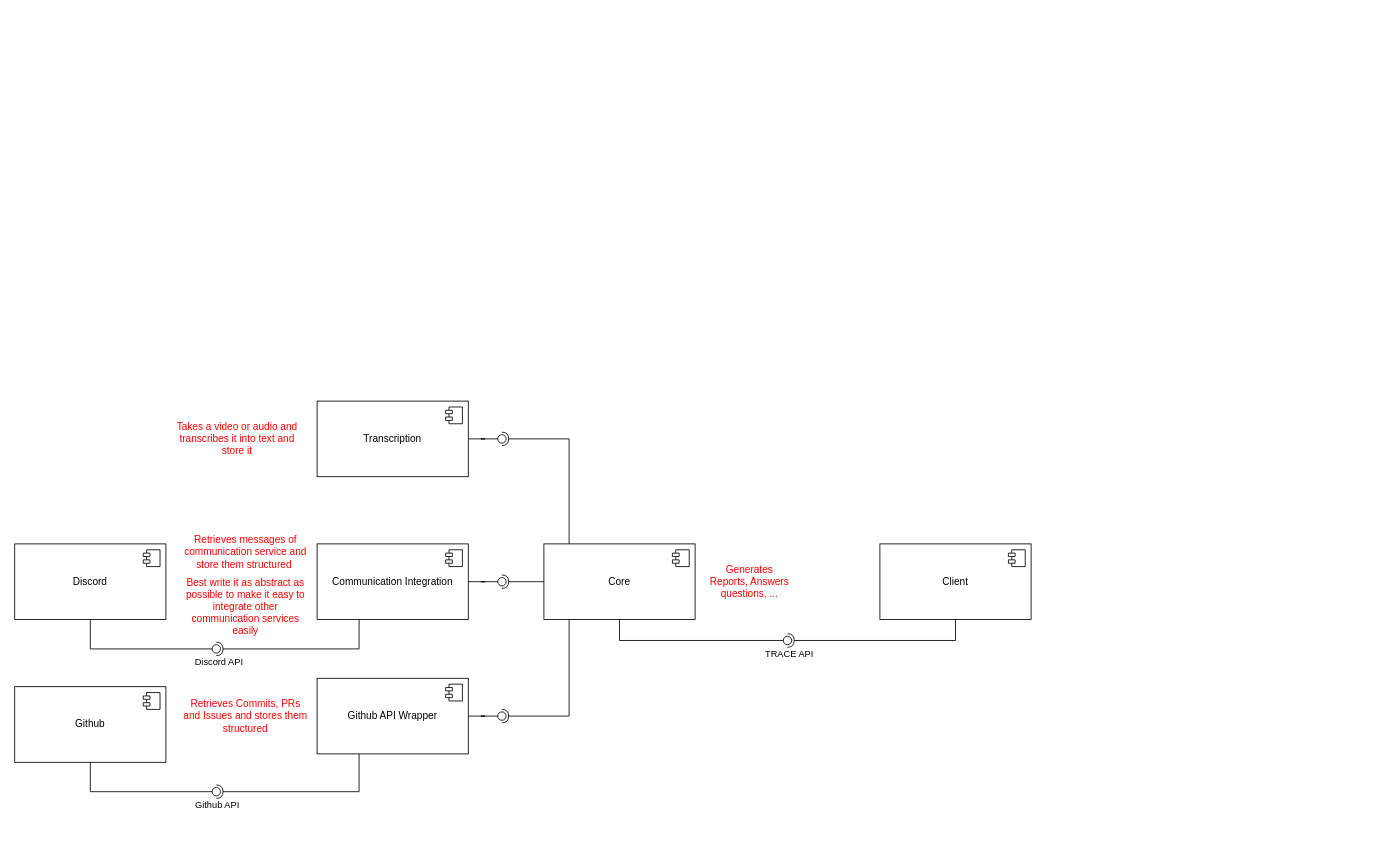
AET-DevOps25/team-scrumbags keeps this draw.io diagram as docs/subsystem.drawio. Above is the earlier version. Source tidied: cells renumbered, new cells numbered last; positions are measured from the earlier drawing's top-left corner, leaving out a move shared by most shapes. Both pictures are drawn from the tidied source at 84%, with x=0, y=0 at pixel (14, 401).
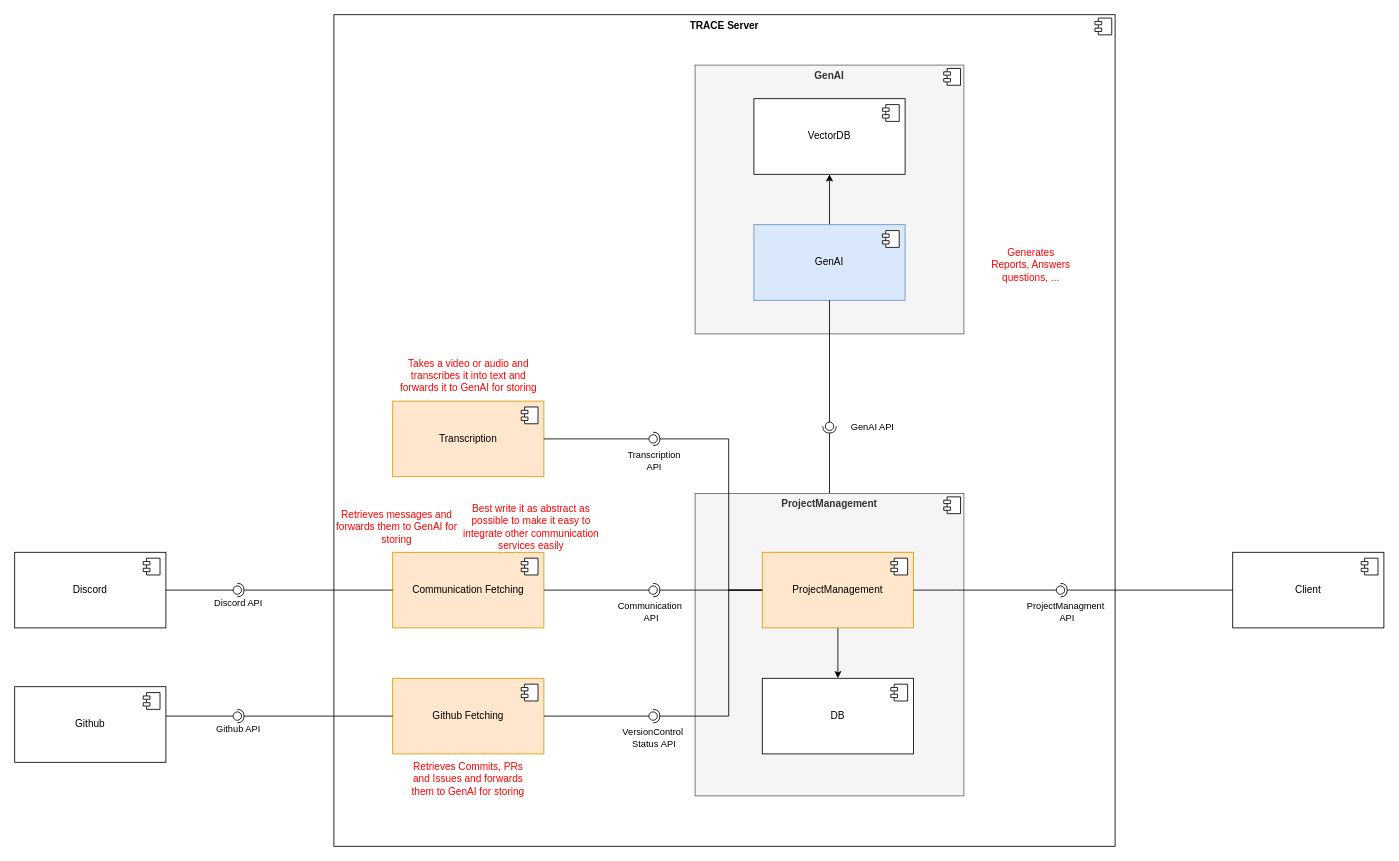
The same diagram, later.

Commit message (it also covers changes not shown here):
create subsystem decomposition

The change refers to these unchanged cells:
```xml
<mxCell id="11" style="rounded=0;jettySize=auto;html=1;endArrow=oval;endFill=0;sketch=0;sourcePerimeterSpacing=0;targetPerimeterSpacing=0;endSize=10;edgeStyle=orthogonalEdgeStyle;" parent="1" edge="1" source="8" target="12">
  <mxGeometry relative="1" as="geometry" />
</mxCell>
<mxCell id="18" style="rounded=0;jettySize=auto;html=1;endArrow=oval;endFill=0;sketch=0;sourcePerimeterSpacing=0;targetPerimeterSpacing=0;endSize=10;edgeStyle=orthogonalEdgeStyle;" parent="1" edge="1" source="2" target="19">
  <mxGeometry relative="1" as="geometry" />
</mxCell>
<mxCell id="21" style="rounded=0;jettySize=auto;html=1;endArrow=oval;endFill=0;sketch=0;sourcePerimeterSpacing=0;targetPerimeterSpacing=0;endSize=10;edgeStyle=orthogonalEdgeStyle;" parent="1" edge="1" source="4" target="22">
  <mxGeometry relative="1" as="geometry" />
</mxCell>
<mxCell id="24" value="Github" style="html=1;whiteSpace=wrap;" parent="1" vertex="1">
  <mxGeometry y="340" width="180" height="90" as="geometry" />
</mxCell>
```

The edit, as a diff of the source:
```diff
@@
+    <mxCell id="42" value="&lt;p style=&quot;margin:0px;margin-top:6px;text-align:center;&quot;&gt;&lt;b&gt;TRACE Server&lt;/b&gt;&lt;/p&gt;" style="align=left;overflow=fill;html=1;whiteSpace=wrap;" parent="1" vertex="1">
+      <mxGeometry x="380" y="-460" width="930" height="990" as="geometry" />
+    </mxCell>
+    <mxCell id="43" style="shape=component;jettyWidth=8;jettyHeight=4;" parent="42" vertex="1">
+      <mxGeometry x="1" width="20" height="20" relative="1" as="geometry">
+        <mxPoint x="-24" y="4" as="offset" />
+      </mxGeometry>
+    </mxCell>
-    <mxCell id="2" value="Transcription" style="html=1;whiteSpace=wrap;" parent="1" vertex="1">
-      <mxGeometry x="360" width="180" height="90" as="geometry" />
+    <mxCell id="2" value="Transcription" style="html=1;whiteSpace=wrap;fillColor=#ffe6cc;strokeColor=#d79b00;" parent="1" vertex="1">
+      <mxGeometry x="450" width="180" height="90" as="geometry" />
     </mxCell>
@@
-    <mxCell id="4" value="Github API Wrapper" style="html=1;whiteSpace=wrap;" parent="1" vertex="1">
-      <mxGeometry x="360" y="330" width="180" height="90" as="geometry" />
+    <mxCell id="4" value="Github Fetching" style="html=1;whiteSpace=wrap;fillColor=#ffe6cc;strokeColor=#d79b00;" parent="1" vertex="1">
+      <mxGeometry x="450" y="330" width="180" height="90" as="geometry" />
     </mxCell>
@@
-    <mxCell id="6" value="Core" style="html=1;whiteSpace=wrap;" parent="1" vertex="1">
-      <mxGeometry x="630" y="170" width="180" height="90" as="geometry" />
-    </mxCell>
-    <mxCell id="7" style="shape=module;jettyWidth=8;jettyHeight=4;" parent="6" vertex="1">
-      <mxGeometry x="1" width="20" height="20" relative="1" as="geometry">
-        <mxPoint x="-27" y="7" as="offset" />
-      </mxGeometry>
-    </mxCell>
-    <mxCell id="8" value="Communication Integration" style="html=1;whiteSpace=wrap;" parent="1" vertex="1">
-      <mxGeometry x="360" y="170" width="180" height="90" as="geometry" />
+    <mxCell id="8" value="Communication Fetching" style="html=1;whiteSpace=wrap;fillColor=#ffe6cc;strokeColor=#d79b00;" parent="1" vertex="1">
+      <mxGeometry x="450" y="180" width="180" height="90" as="geometry" />
     </mxCell>
@@
-    <mxCell id="10" style="rounded=0;jettySize=auto;html=1;endArrow=halfCircle;endFill=0;endSize=6;strokeWidth=1;sketch=0;edgeStyle=orthogonalEdgeStyle;" parent="1" edge="1" source="6" target="12">
-      <mxGeometry relative="1" as="geometry" />
-    </mxCell>
@@
+    <mxCell id="44" value="Communication&lt;div&gt;&amp;nbsp;API&lt;/div&gt;" style="edgeLabel;html=1;align=center;verticalAlign=middle;" parent="11" vertex="1">
+      <mxGeometry x="0.58" y="1" relative="1" as="geometry">
+        <mxPoint x="22" y="26" as="offset" />
+      </mxGeometry>
+    </mxCell>
     <mxCell id="12" style="ellipse;whiteSpace=wrap;html=1;align=center;fillColor=none;strokeColor=none;perimeter=centerPerimeter;points=[];outlineConnect=1;" parent="1" vertex="1">
-      <mxGeometry x="575" y="210" width="10" height="10" as="geometry" />
+      <mxGeometry x="755" y="220" width="10" height="10" as="geometry" />
     </mxCell>
     <mxCell id="13" value="&lt;font style=&quot;color: rgb(255, 0, 0);&quot;&gt;Generates Reports, Answers questions, ...&lt;/font&gt;" style="text;html=1;align=center;verticalAlign=middle;whiteSpace=wrap;rounded=0;" parent="1" vertex="1">
-      <mxGeometry x="825" y="187.5" width="100" height="55" as="geometry" />
+      <mxGeometry x="1160" y="-190" width="100" height="55" as="geometry" />
     </mxCell>
-    <mxCell id="14" value="&lt;font style=&quot;color: rgb(255, 0, 0);&quot;&gt;Retrieves messages of communication service and store them structured&amp;nbsp;&lt;/font&gt;" style="text;html=1;align=center;verticalAlign=middle;whiteSpace=wrap;rounded=0;" parent="1" vertex="1">
-      <mxGeometry x="200" y="160" width="150" height="40" as="geometry" />
-    </mxCell>
     <mxCell id="15" value="&lt;font style=&quot;color: rgb(255, 0, 0);&quot;&gt;Best write it as abstract as possible to make it easy to integrate other communication services easily&lt;/font&gt;" style="text;html=1;align=center;verticalAlign=middle;whiteSpace=wrap;rounded=0;" parent="1" vertex="1">
-      <mxGeometry x="200" y="210" width="150" height="70" as="geometry" />
+      <mxGeometry x="530" y="115" width="170" height="70" as="geometry" />
     </mxCell>
-    <mxCell id="16" value="&lt;font color=&quot;#ff0000&quot;&gt;Takes a video or audio and transcribes it into text and store it&lt;/font&gt;" style="text;html=1;align=center;verticalAlign=middle;whiteSpace=wrap;rounded=0;" parent="1" vertex="1">
-      <mxGeometry x="190" y="25" width="150" height="40" as="geometry" />
+    <mxCell id="16" value="&lt;font color=&quot;#ff0000&quot;&gt;Takes a video or audio and transcribes it into text and forwards it to GenAI for storing&lt;/font&gt;" style="text;html=1;align=center;verticalAlign=middle;whiteSpace=wrap;rounded=0;" parent="1" vertex="1">
+      <mxGeometry x="457.5" y="-50" width="165" height="40" as="geometry" />
     </mxCell>
-    <mxCell id="17" style="rounded=0;jettySize=auto;html=1;endArrow=halfCircle;endFill=0;endSize=6;strokeWidth=1;sketch=0;edgeStyle=orthogonalEdgeStyle;" parent="1" edge="1" source="6" target="19">
-      <mxGeometry relative="1" as="geometry">
-        <Array as="points">
-          <mxPoint x="660" y="45" />
-        </Array>
-      </mxGeometry>
-    </mxCell>
@@
+    <mxCell id="45" value="Transcription&lt;br&gt;API" style="edgeLabel;html=1;align=center;verticalAlign=middle;" parent="18" vertex="1">
+      <mxGeometry x="0.72" y="2" relative="1" as="geometry">
+        <mxPoint x="18" y="27" as="offset" />
+      </mxGeometry>
+    </mxCell>
     <mxCell id="19" style="ellipse;whiteSpace=wrap;html=1;align=center;fillColor=none;strokeColor=none;perimeter=centerPerimeter;points=[];outlineConnect=1;" parent="1" vertex="1">
-      <mxGeometry x="575" y="40" width="10" height="10" as="geometry" />
+      <mxGeometry x="755" y="40" width="10" height="10" as="geometry" />
     </mxCell>
-    <mxCell id="20" style="rounded=0;jettySize=auto;html=1;endArrow=halfCircle;endFill=0;endSize=6;strokeWidth=1;sketch=0;edgeStyle=orthogonalEdgeStyle;" parent="1" edge="1" source="6" target="22">
-      <mxGeometry relative="1" as="geometry">
-        <Array as="points">
-          <mxPoint x="660" y="375" />
-        </Array>
-      </mxGeometry>
-    </mxCell>
@@
+    <mxCell id="46" value="VersionControl&amp;nbsp;&lt;div&gt;Status&amp;nbsp;&lt;span style=&quot;background-color: light-dark(#ffffff, var(--ge-dark-color, #121212)); color: light-dark(rgb(0, 0, 0), rgb(255, 255, 255));&quot;&gt;API&lt;/span&gt;&lt;/div&gt;" style="edgeLabel;html=1;align=center;verticalAlign=middle;" parent="21" vertex="1">
+      <mxGeometry x="0.63" y="2" relative="1" as="geometry">
+        <mxPoint x="24" y="27" as="offset" />
+      </mxGeometry>
+    </mxCell>
     <mxCell id="22" style="ellipse;whiteSpace=wrap;html=1;align=center;fillColor=none;strokeColor=none;perimeter=centerPerimeter;points=[];outlineConnect=1;" parent="1" vertex="1">
-      <mxGeometry x="575" y="370" width="10" height="10" as="geometry" />
+      <mxGeometry x="755" y="370" width="10" height="10" as="geometry" />
     </mxCell>
-    <mxCell id="23" value="&lt;font color=&quot;#ff0000&quot;&gt;Retrieves Commits, PRs and Issues and stores them structured&lt;/font&gt;" style="text;html=1;align=center;verticalAlign=middle;whiteSpace=wrap;rounded=0;" parent="1" vertex="1">
-      <mxGeometry x="200" y="355" width="150" height="40" as="geometry" />
+    <mxCell id="23" value="&lt;font color=&quot;#ff0000&quot;&gt;Retrieves Commits, PRs and Issues and forwards them to GenAI for storing&lt;/font&gt;" style="text;html=1;align=center;verticalAlign=middle;whiteSpace=wrap;rounded=0;" parent="1" vertex="1">
+      <mxGeometry x="465" y="430" width="150" height="40" as="geometry" />
     </mxCell>
@@
     <mxCell id="26" value="Discord" style="html=1;whiteSpace=wrap;" parent="1" vertex="1">
-      <mxGeometry y="170" width="180" height="90" as="geometry" />
+      <mxGeometry y="180" width="180" height="90" as="geometry" />
     </mxCell>
@@
     <mxCell id="28" style="rounded=0;jettySize=auto;html=1;endArrow=halfCircle;endFill=0;endSize=6;strokeWidth=1;sketch=0;edgeStyle=orthogonalEdgeStyle;" parent="1" edge="1" source="8" target="31">
       <mxGeometry relative="1" as="geometry">
         <Array as="points">
-          <mxPoint x="410" y="295" />
+          <mxPoint x="430" y="225" />
+          <mxPoint x="430" y="225" />
         </Array>
       </mxGeometry>
     </mxCell>
     <mxCell id="29" style="rounded=0;jettySize=auto;html=1;endArrow=oval;endFill=0;sketch=0;sourcePerimeterSpacing=0;targetPerimeterSpacing=0;endSize=10;edgeStyle=orthogonalEdgeStyle;" parent="1" edge="1" source="26" target="31">
       <mxGeometry relative="1" as="geometry">
         <Array as="points">
-          <mxPoint x="90" y="295" />
+          <mxPoint x="190" y="225" />
+          <mxPoint x="190" y="225" />
         </Array>
       </mxGeometry>
     </mxCell>
     <mxCell id="30" value="Discord API" style="edgeLabel;html=1;align=center;verticalAlign=middle;" parent="29" vertex="1">
       <mxGeometry x="0.74" relative="1" as="geometry">
-        <mxPoint x="26" y="15" as="offset" />
+        <mxPoint x="11" y="15" as="offset" />
       </mxGeometry>
     </mxCell>
     <mxCell id="31" style="ellipse;whiteSpace=wrap;html=1;align=center;fillColor=none;strokeColor=none;perimeter=centerPerimeter;points=[];outlineConnect=1;" parent="1" vertex="1">
-      <mxGeometry x="235" y="290" width="10" height="10" as="geometry" />
+      <mxGeometry x="260" y="220" width="10" height="10" as="geometry" />
     </mxCell>
     <mxCell id="32" style="rounded=0;jettySize=auto;html=1;endArrow=halfCircle;endFill=0;endSize=6;strokeWidth=1;sketch=0;edgeStyle=orthogonalEdgeStyle;" parent="1" edge="1" source="4" target="35">
       <mxGeometry relative="1" as="geometry">
         <Array as="points">
-          <mxPoint x="410" y="465" />
+          <mxPoint x="450" y="375" />
+          <mxPoint x="450" y="375" />
         </Array>
       </mxGeometry>
     </mxCell>
     <mxCell id="33" style="rounded=0;jettySize=auto;html=1;endArrow=oval;endFill=0;sketch=0;sourcePerimeterSpacing=0;targetPerimeterSpacing=0;endSize=10;edgeStyle=orthogonalEdgeStyle;" parent="1" edge="1" source="24" target="35">
       <mxGeometry relative="1" as="geometry">
         <Array as="points">
-          <mxPoint x="90" y="465" />
+          <mxPoint x="180" y="375" />
+          <mxPoint x="180" y="375" />
         </Array>
       </mxGeometry>
     </mxCell>
     <mxCell id="34" value="Github API" style="edgeLabel;html=1;align=center;verticalAlign=middle;" parent="33" vertex="1">
       <mxGeometry x="0.77" y="1" relative="1" as="geometry">
-        <mxPoint x="21" y="16" as="offset" />
+        <mxPoint x="10" y="16" as="offset" />
       </mxGeometry>
     </mxCell>
     <mxCell id="35" style="ellipse;whiteSpace=wrap;html=1;align=center;fillColor=none;strokeColor=none;perimeter=centerPerimeter;points=[];outlineConnect=1;" parent="1" vertex="1">
-      <mxGeometry x="235" y="460" width="10" height="10" as="geometry" />
+      <mxGeometry x="260" y="370" width="10" height="10" as="geometry" />
     </mxCell>
     <mxCell id="36" value="Client" style="html=1;whiteSpace=wrap;" parent="1" vertex="1">
-      <mxGeometry x="1030" y="170" width="180" height="90" as="geometry" />
+      <mxGeometry x="1450" y="180" width="180" height="90" as="geometry" />
     </mxCell>
@@
     <mxCell id="38" style="rounded=0;jettySize=auto;html=1;endArrow=halfCircle;endFill=0;endSize=6;strokeWidth=1;sketch=0;edgeStyle=orthogonalEdgeStyle;" parent="1" edge="1" source="36" target="41">
       <mxGeometry relative="1" as="geometry">
         <Array as="points">
-          <mxPoint x="1120" y="285" />
+          <mxPoint x="1260" y="225" />
+          <mxPoint x="1260" y="225" />
         </Array>
       </mxGeometry>
     </mxCell>
+    <mxCell id="41" style="ellipse;whiteSpace=wrap;html=1;align=center;fillColor=none;strokeColor=none;perimeter=centerPerimeter;points=[];outlineConnect=1;" parent="1" vertex="1">
+      <mxGeometry x="1240" y="220" width="10" height="10" as="geometry" />
+    </mxCell>
+    <mxCell id="47" style="rounded=0;jettySize=auto;html=1;endArrow=halfCircle;endFill=0;endSize=6;strokeWidth=1;sketch=0;edgeStyle=orthogonalEdgeStyle;" parent="1" edge="1" target="48">
+      <mxGeometry relative="1" as="geometry">
+        <mxPoint x="970" y="160" as="sourcePoint" />
+        <Array as="points">
+          <mxPoint x="970" y="100" />
+          <mxPoint x="970" y="100" />
+        </Array>
+      </mxGeometry>
+    </mxCell>
+    <mxCell id="48" style="ellipse;whiteSpace=wrap;html=1;align=center;fillColor=none;strokeColor=none;perimeter=centerPerimeter;points=[];outlineConnect=1;" parent="1" vertex="1">
+      <mxGeometry x="965" y="25" width="10" height="10" as="geometry" />
+    </mxCell>
+    <mxCell id="49" value="&lt;p style=&quot;margin:0px;margin-top:6px;text-align:center;&quot;&gt;&lt;b&gt;GenAI&lt;/b&gt;&lt;/p&gt;&lt;p style=&quot;margin:0px;margin-left:8px;&quot;&gt;&lt;br&gt;&lt;/p&gt;" style="align=left;overflow=fill;html=1;whiteSpace=wrap;fillColor=#f5f5f5;fontColor=#333333;strokeColor=#666666;" parent="1" vertex="1">
+      <mxGeometry x="810" y="-400" width="320" height="320" as="geometry" />
+    </mxCell>
+    <mxCell id="50" style="shape=component;jettyWidth=8;jettyHeight=4;" parent="49" vertex="1">
+      <mxGeometry x="1" width="20" height="20" relative="1" as="geometry">
+        <mxPoint x="-24" y="4" as="offset" />
+      </mxGeometry>
+    </mxCell>
+    <mxCell id="51" style="edgeStyle=orthogonalEdgeStyle;rounded=0;jettySize=auto;html=1;" parent="1" edge="1" source="52" target="54">
+      <mxGeometry relative="1" as="geometry" />
+    </mxCell>
+    <mxCell id="52" value="GenAI" style="html=1;whiteSpace=wrap;fillColor=#dae8fc;strokeColor=#6c8ebf;" parent="1" vertex="1">
+      <mxGeometry x="880" y="-210" width="180" height="90" as="geometry" />
+    </mxCell>
+    <mxCell id="53" style="shape=module;jettyWidth=8;jettyHeight=4;" parent="52" vertex="1">
+      <mxGeometry x="1" width="20" height="20" relative="1" as="geometry">
+        <mxPoint x="-27" y="7" as="offset" />
+      </mxGeometry>
+    </mxCell>
+    <mxCell id="54" value="VectorDB" style="html=1;whiteSpace=wrap;" parent="1" vertex="1">
+      <mxGeometry x="880" y="-360" width="180" height="90" as="geometry" />
+    </mxCell>
+    <mxCell id="55" style="shape=module;jettyWidth=8;jettyHeight=4;" parent="54" vertex="1">
+      <mxGeometry x="1" width="20" height="20" relative="1" as="geometry">
+        <mxPoint x="-27" y="7" as="offset" />
+      </mxGeometry>
+    </mxCell>
+    <mxCell id="56" value="&lt;p style=&quot;margin:0px;margin-top:6px;text-align:center;&quot;&gt;&lt;b&gt;ProjectManagement&lt;/b&gt;&lt;/p&gt;&lt;p style=&quot;margin:0px;margin-left:8px;&quot;&gt;&lt;br&gt;&lt;/p&gt;" style="align=left;overflow=fill;html=1;whiteSpace=wrap;fillColor=#f5f5f5;fontColor=#333333;strokeColor=#666666;" parent="1" vertex="1">
+      <mxGeometry x="810" y="110" width="320" height="360" as="geometry" />
+    </mxCell>
+    <mxCell id="57" style="shape=component;jettyWidth=8;jettyHeight=4;" parent="56" vertex="1">
+      <mxGeometry x="1" width="20" height="20" relative="1" as="geometry">
+        <mxPoint x="-24" y="4" as="offset" />
+      </mxGeometry>
+    </mxCell>
+    <mxCell id="58" style="edgeStyle=orthogonalEdgeStyle;rounded=0;jettySize=auto;html=1;startArrow=classic;startFill=1;endArrow=none;" parent="1" edge="1" source="59" target="61">
+      <mxGeometry relative="1" as="geometry" />
+    </mxCell>
+    <mxCell id="59" value="DB" style="html=1;whiteSpace=wrap;" parent="1" vertex="1">
+      <mxGeometry x="890" y="330" width="180" height="90" as="geometry" />
+    </mxCell>
+    <mxCell id="60" style="shape=module;jettyWidth=8;jettyHeight=4;" parent="59" vertex="1">
+      <mxGeometry x="1" width="20" height="20" relative="1" as="geometry">
+        <mxPoint x="-27" y="7" as="offset" />
+      </mxGeometry>
+    </mxCell>
+    <mxCell id="61" value="ProjectManagement" style="html=1;whiteSpace=wrap;fillColor=#ffe6cc;strokeColor=#d79b00;" parent="1" vertex="1">
+      <mxGeometry x="890" y="180" width="180" height="90" as="geometry" />
+    </mxCell>
+    <mxCell id="62" style="shape=module;jettyWidth=8;jettyHeight=4;" parent="61" vertex="1">
+      <mxGeometry x="1" width="20" height="20" relative="1" as="geometry">
+        <mxPoint x="-27" y="7" as="offset" />
+      </mxGeometry>
+    </mxCell>
-    <mxCell id="39" style="rounded=0;jettySize=auto;html=1;endArrow=oval;endFill=0;sketch=0;sourcePerimeterSpacing=0;targetPerimeterSpacing=0;endSize=10;edgeStyle=orthogonalEdgeStyle;" parent="1" edge="1" source="6" target="41">
+    <mxCell id="39" style="rounded=0;jettySize=auto;html=1;endArrow=oval;endFill=0;sketch=0;sourcePerimeterSpacing=0;targetPerimeterSpacing=0;endSize=10;edgeStyle=orthogonalEdgeStyle;" parent="1" edge="1" source="61" target="41">
       <mxGeometry relative="1" as="geometry">
         <Array as="points">
-          <mxPoint x="720" y="285" />
+          <mxPoint x="1120" y="225" />
+          <mxPoint x="1120" y="225" />
         </Array>
       </mxGeometry>
     </mxCell>
-    <mxCell id="40" value="TRACE API" style="edgeLabel;html=1;align=center;verticalAlign=middle;" parent="39" vertex="1">
+    <mxCell id="40" value="ProjectManagment&lt;div&gt;&amp;nbsp;API&lt;/div&gt;" style="edgeLabel;html=1;align=center;verticalAlign=middle;" parent="39" vertex="1">
       <mxGeometry x="0.89" relative="1" as="geometry">
-        <mxPoint x="13" y="15" as="offset" />
+        <mxPoint x="15" y="25" as="offset" />
       </mxGeometry>
     </mxCell>
-    <mxCell id="41" style="ellipse;whiteSpace=wrap;html=1;align=center;fillColor=none;strokeColor=none;perimeter=centerPerimeter;points=[];outlineConnect=1;" parent="1" vertex="1">
-      <mxGeometry x="915" y="280" width="10" height="10" as="geometry" />
-    </mxCell>
+    <mxCell id="63" style="rounded=0;jettySize=auto;html=1;endArrow=halfCircle;endFill=0;endSize=6;strokeWidth=1;sketch=0;edgeStyle=orthogonalEdgeStyle;entryX=0.742;entryY=0.353;entryDx=0;entryDy=0;entryPerimeter=0;" parent="1" edge="1" source="61" target="19">
+      <mxGeometry relative="1" as="geometry">
+        <Array as="points">
+          <mxPoint x="850" y="225" />
+          <mxPoint x="850" y="45" />
+        </Array>
+      </mxGeometry>
+    </mxCell>
+    <mxCell id="64" style="rounded=0;jettySize=auto;html=1;endArrow=halfCircle;endFill=0;endSize=6;strokeWidth=1;sketch=0;edgeStyle=orthogonalEdgeStyle;entryX=0.847;entryY=0.458;entryDx=0;entryDy=0;entryPerimeter=0;" parent="1" edge="1" source="61" target="12">
+      <mxGeometry relative="1" as="geometry" />
+    </mxCell>
+    <mxCell id="65" style="rounded=0;jettySize=auto;html=1;endArrow=halfCircle;endFill=0;endSize=6;strokeWidth=1;sketch=0;edgeStyle=orthogonalEdgeStyle;entryX=0.953;entryY=0.089;entryDx=0;entryDy=0;entryPerimeter=0;" parent="1" edge="1" source="61" target="22">
+      <mxGeometry relative="1" as="geometry">
+        <Array as="points">
+          <mxPoint x="850" y="225" />
+          <mxPoint x="850" y="375" />
+        </Array>
+      </mxGeometry>
+    </mxCell>
+    <mxCell id="66" style="rounded=0;jettySize=auto;html=1;endArrow=oval;endFill=0;sketch=0;sourcePerimeterSpacing=0;targetPerimeterSpacing=0;endSize=10;edgeStyle=orthogonalEdgeStyle;" parent="1" edge="1" source="52" target="48">
+      <mxGeometry relative="1" as="geometry" />
+    </mxCell>
+    <mxCell id="67" value="GenAI API" style="edgeLabel;html=1;align=center;verticalAlign=middle;" parent="66" vertex="1">
+      <mxGeometry x="0.8" relative="1" as="geometry">
+        <mxPoint x="50" y="15" as="offset" />
+      </mxGeometry>
+    </mxCell>
+    <mxCell id="68" value="&lt;font color=&quot;#ff0000&quot;&gt;Retrieves messages and forwards them to GenAI for storing&lt;/font&gt;" style="text;html=1;align=center;verticalAlign=middle;whiteSpace=wrap;rounded=0;" parent="1" vertex="1">
+      <mxGeometry x="380" y="130" width="150" height="40" as="geometry" />
+    </mxCell>
```
